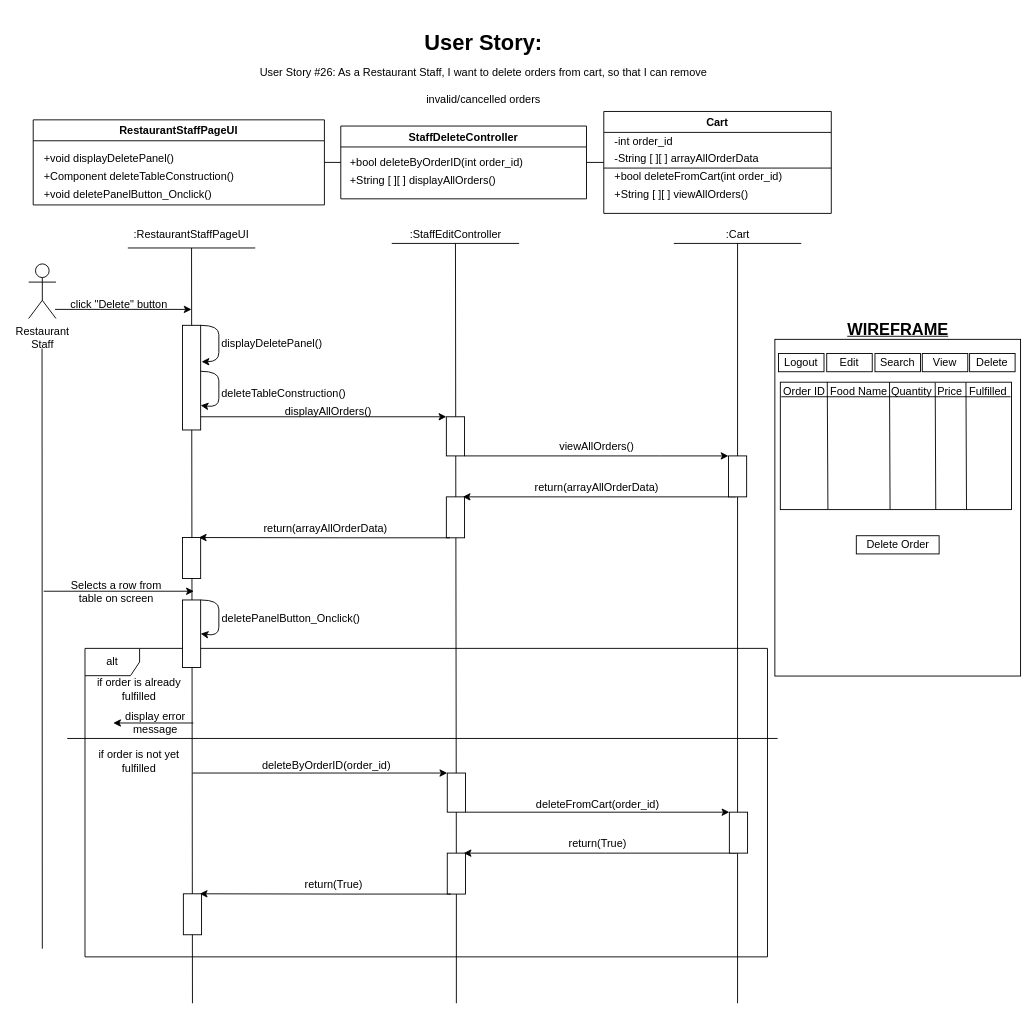
extred5700/JAVAGUI-Restaurant-Table-Order-System keeps this draw.io diagram as BCE_UML_and_Diagrams/RestaurantStaff/RestaurantStaff_Delete/UserStory#26_RestaurantStaff_Delete.drawio. Above is the earlier version. Source tidied: cells renumbered, new cells numbered last; positions are measured from the earlier drawing's top-left corner, leaving out a move shared by most shapes. Both pictures are drawn from the tidied source at 91%, with x=0, y=0 at pixel (28, 25).
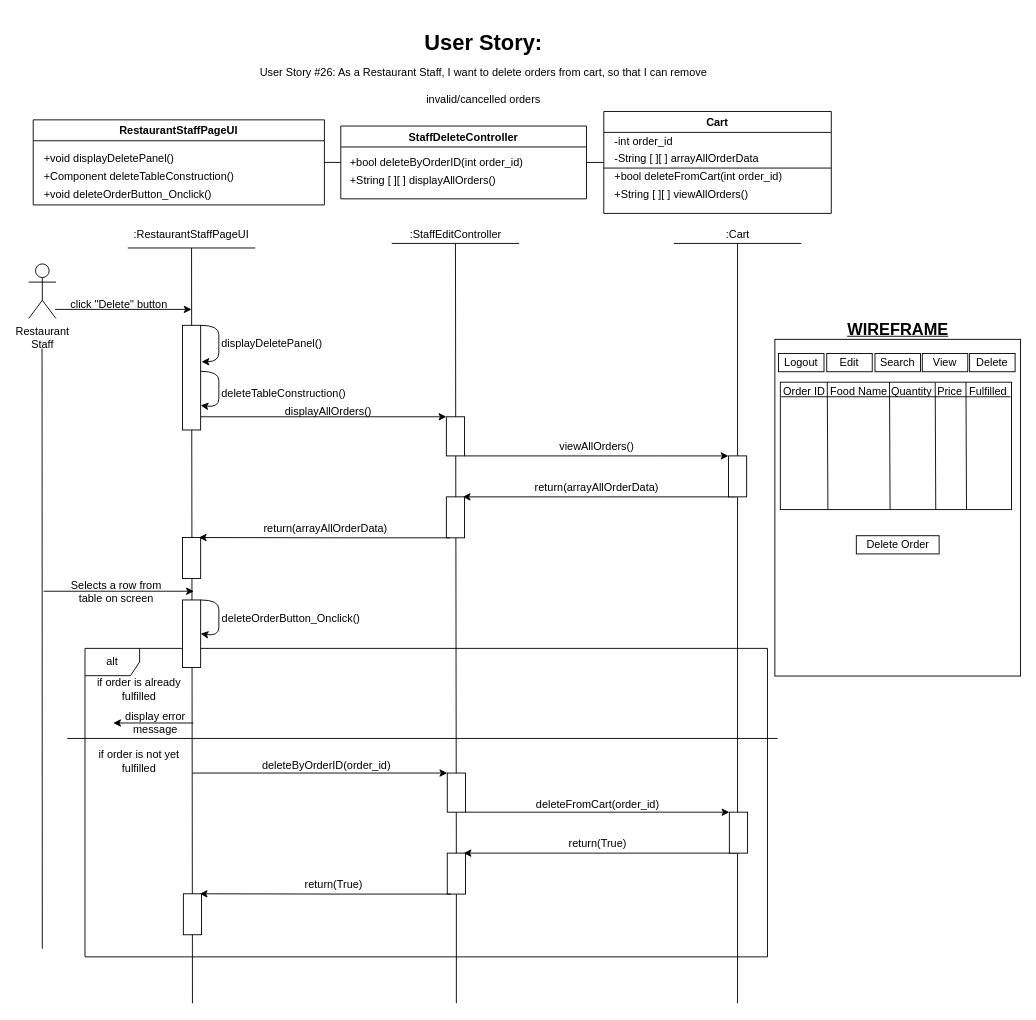
The same diagram, later.

Commit message (it also covers changes not shown here):
Changed Restaurant Staff Edit and Delete

Unchanged cells that the change refers to:
```xml
<mxCell id="7" value="RestaurantStaffPageUI" style="swimlane;" parent="1" vertex="1">
  <mxGeometry x="5" y="104.2" width="320" height="93.5" as="geometry" />
</mxCell>
```

Change to the diagram source:
```diff
@@
-    <mxCell id="10" value="+void deletePanelButton_Onclick()" style="text;html=1;align=left;verticalAlign=middle;strokeColor=none;fillColor=none;" parent="7" vertex="1">
+    <mxCell id="10" value="+void deleteOrderButton_Onclick()" style="text;html=1;align=left;verticalAlign=middle;strokeColor=none;fillColor=none;" parent="7" vertex="1">
       <mxGeometry x="10" y="73" width="200" height="20" as="geometry" />
     </mxCell>
@@
-    <mxCell id="31" value="&lt;span style=&quot;text-align: left&quot;&gt;deletePanelButton_Onclick()&lt;/span&gt;" style="text;html=1;align=center;verticalAlign=middle;strokeColor=none;fillColor=none;" parent="1" vertex="1">
+    <mxCell id="31" value="&lt;span style=&quot;text-align: left&quot;&gt;deleteOrderButton_Onclick()&lt;/span&gt;" style="text;html=1;align=center;verticalAlign=middle;strokeColor=none;fillColor=none;" parent="1" vertex="1">
       <mxGeometry x="203" y="641.8" width="170" height="20" as="geometry" />
     </mxCell>
```
